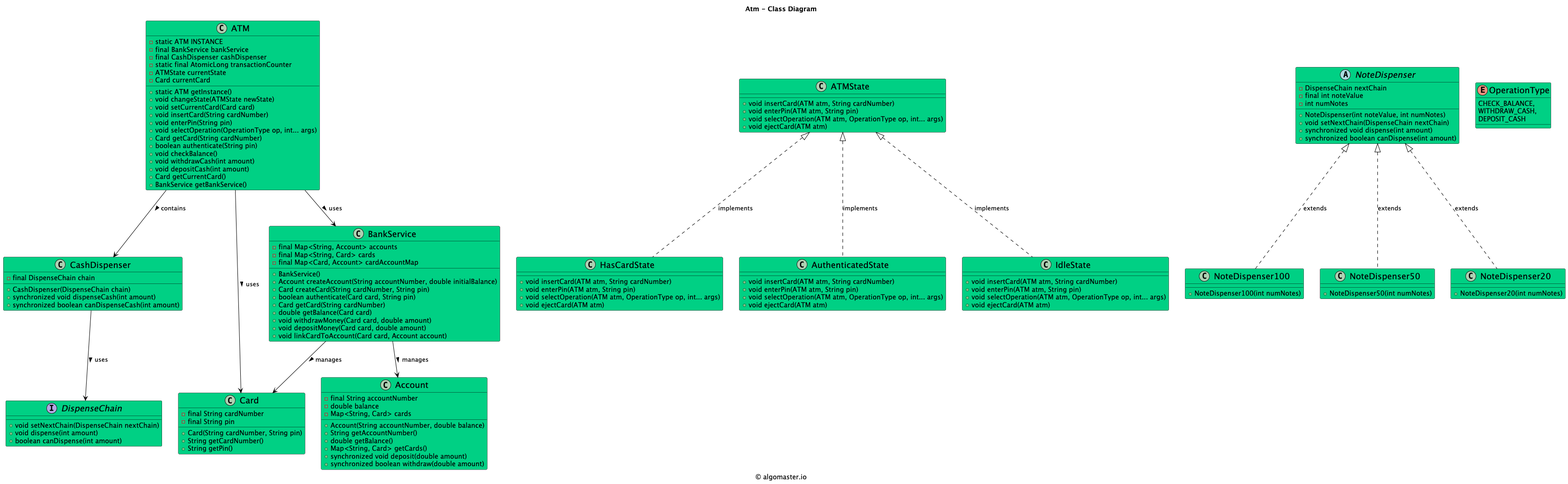
Earlier version of the PlantUML export uml-diagrams/class-diagrams/atm-class-diagram.png (K-1303/low-level-design).
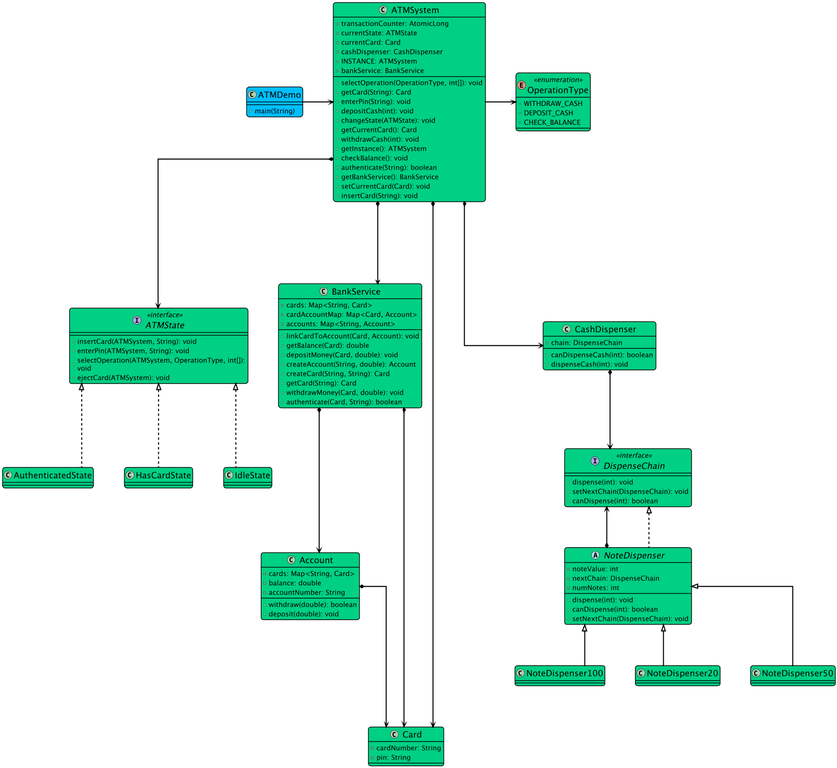
After the commit.

What changed in the source:
```diff
@@ -1,156 +1,132 @@
 @startuml
 
-title Atm - Class Diagram
-
-caption © algomaster.io
+top to bottom direction
+skinparam linetype ortho
 
 skinparam backgroundColor white
 skinparam wrapWidth 500
+skinparam roundCorner 15
+skinparam defaultFontSize 20
+skinparam defaultFontColor black
+skinparam ArrowColor black
+skinparam Padding 2
+skinparam dpi 70
+skinparam nodesep 90
+skinparam ranksep 120
 
 skinparam class {
-  BackgroundColor #00D084
+  BackgroundColor #00d084
   BorderColor black
   ArrowColor black
-  FontSize 18
+  FontSize 25
+  BorderThickness 2
+  ArrowThickness 3
 }
 
-class ATM {
-    - static ATM INSTANCE
-    - final BankService bankService
-    - final CashDispenser cashDispenser
-    - static final AtomicLong transactionCounter
-    - ATMState currentState
-    - Card currentCard
-    + static ATM getInstance()
-    + void changeState(ATMState newState)
-    + void setCurrentCard(Card card)
-    + void insertCard(String cardNumber)
-    + void enterPin(String pin)
-    + void selectOperation(OperationType op, int... args)
-    + Card getCard(String cardNumber)
-    + boolean authenticate(String pin)
-    + void checkBalance()
-    + void withdrawCash(int amount)
-    + void depositCash(int amount)
-    + Card getCurrentCard()
-    + BankService getBankService()
+class ATMSystem {
+  - transactionCounter: AtomicLong
+  - currentState: ATMState
+  - currentCard: Card
+  - cashDispenser: CashDispenser
+  - INSTANCE: ATMSystem
+  - bankService: BankService
+  + selectOperation(OperationType, int[]): void
+  + getCard(String): Card
+  + enterPin(String): void
+  + depositCash(int): void
+  + changeState(ATMState): void
+  + getCurrentCard(): Card
+  + withdrawCash(int): void
+  + getInstance(): ATMSystem
+  + checkBalance(): void
+  + authenticate(String): boolean
+  + getBankService(): BankService
+  + setCurrentCard(Card): void
+  + insertCard(String): void
+}
+interface ATMState << interface >> {
+  + insertCard(ATMSystem, String): void
+  + enterPin(ATMSystem, String): void
+  + selectOperation(ATMSystem, OperationType, int[]): void
+  + ejectCard(ATMSystem): void
+}
+class Account {
+  - cards: Map<String, Card>
+  - balance: double
+  - accountNumber: String
+  + withdraw(double): boolean
+  + deposit(double): void
+}
+class AuthenticatedState {
+}
+class BankService {
+  - cards: Map<String, Card>
+  - cardAccountMap: Map<Card, Account>
+  - accounts: Map<String, Account>
+  + linkCardToAccount(Card, Account): void
+  + getBalance(Card): double
+  + depositMoney(Card, double): void
+  + createAccount(String, double): Account
+  + createCard(String, String): Card
+  + getCard(String): Card
+  + withdrawMoney(Card, double): void
+  + authenticate(Card, String): boolean
+}
+class Card {
+  - cardNumber: String
+  - pin: String
+}
+class CashDispenser {
+  - chain: DispenseChain
+  + canDispenseCash(int): boolean
+  + dispenseCash(int): void
+}
+interface DispenseChain << interface >> {
+  + dispense(int): void
+  + setNextChain(DispenseChain): void
+  + canDispense(int): boolean
+}
+class HasCardState {
+}
+class IdleState {
+}
+abstract class NoteDispenser {
+  - noteValue: int
+  - nextChain: DispenseChain
+  - numNotes: int
+  + dispense(int): void
+  + canDispense(int): boolean
+  + setNextChain(DispenseChain): void
+}
+class NoteDispenser100
+class NoteDispenser20
+class NoteDispenser50
+enum OperationType << enumeration >> {
+  + WITHDRAW_CASH
+  + DEPOSIT_CASH
+  + CHECK_BALANCE
 }
 
-class Card {
-    - final String cardNumber
-    - final String pin
-    + Card(String cardNumber, String pin)
-    + String getCardNumber()
-    + String getPin()
+class ATMDemo #00bfff {
+    + main(String)
 }
 
-class CashDispenser {
-    - final DispenseChain chain
-    + CashDispenser(DispenseChain chain)
-    + synchronized void dispenseCash(int amount)
-    + synchronized boolean canDispenseCash(int amount)
-}
-
-class Account {
-    - final String accountNumber
-    - double balance
-    - Map<String, Card> cards
-    + Account(String accountNumber, double balance)
-    + String getAccountNumber()
-    + double getBalance()
-    + Map<String, Card> getCards()
-    + synchronized void deposit(double amount)
-    + synchronized boolean withdraw(double amount)
-}
-
-class BankService {
-    - final Map<String, Account> accounts
-    - final Map<String, Card> cards
-    - final Map<Card, Account> cardAccountMap
-    + BankService()
-    + Account createAccount(String accountNumber, double initialBalance)
-    + Card createCard(String cardNumber, String pin)
-    + boolean authenticate(Card card, String pin)
-    + Card getCard(String cardNumber)
-    + double getBalance(Card card)
-    + void withdrawMoney(Card card, double amount)
-    + void depositMoney(Card card, double amount)
-    + void linkCardToAccount(Card card, Account account)
-}
-
-class ATMState {
-    + void insertCard(ATM atm, String cardNumber)
-    + void enterPin(ATM atm, String pin)
-    + void selectOperation(ATM atm, OperationType op, int... args)
-    + void ejectCard(ATM atm)
-}
-
-class HasCardState {
-    + void insertCard(ATM atm, String cardNumber)
-    + void enterPin(ATM atm, String pin)
-    + void selectOperation(ATM atm, OperationType op, int... args)
-    + void ejectCard(ATM atm)
-}
-
-class AuthenticatedState {
-    + void insertCard(ATM atm, String cardNumber)
-    + void enterPin(ATM atm, String pin)
-    + void selectOperation(ATM atm, OperationType op, int... args)
-    + void ejectCard(ATM atm)
-}
-
-class IdleState {
-    + void insertCard(ATM atm, String cardNumber)
-    + void enterPin(ATM atm, String pin)
-    + void selectOperation(ATM atm, OperationType op, int... args)
-    + void ejectCard(ATM atm)
-}
-
-interface DispenseChain {
-    + void setNextChain(DispenseChain nextChain)
-    + void dispense(int amount)
-    + boolean canDispense(int amount)
-}
-
-abstract class NoteDispenser {
-    - DispenseChain nextChain
-    - final int noteValue
-    - int numNotes
-    + NoteDispenser(int noteValue, int numNotes)
-    + void setNextChain(DispenseChain nextChain)
-    + synchronized void dispense(int amount)
-    + synchronized boolean canDispense(int amount)
-}
-
-class NoteDispenser100 {
-    + NoteDispenser100(int numNotes)
-}
-
-class NoteDispenser50 {
-    + NoteDispenser50(int numNotes)
-}
-
-class NoteDispenser20 {
-    + NoteDispenser20(int numNotes)
-}
-
-enum OperationType {
-    CHECK_BALANCE,
-    WITHDRAW_CASH,
-    DEPOSIT_CASH
-}
-
-ATM --> BankService: uses >
-ATM --> CashDispenser: contains >
-ATM --> Card: uses >
-ATMState <|.. HasCardState: implements
-ATMState <|.. AuthenticatedState: implements
-ATMState <|.. IdleState: implements
-CashDispenser --> DispenseChain: uses >
-NoteDispenser <|.. NoteDispenser100: extends
-NoteDispenser <|.. NoteDispenser50: extends
-NoteDispenser <|.. NoteDispenser20: extends
-BankService --> Account: manages >
-BankService --> Card: manages >
-
+ATMSystem                *-[plain]--> ATMState
+ATMSystem                *-[plain]--> BankService
+ATMSystem                *-[plain]-> Card
+ATMSystem                *-[plain]--> CashDispenser
+ATMSystem                -[plain]right-> OperationType
+Account            *-[plain]--> Card
+ATMState           ^-[dashed]- AuthenticatedState
+BankService        *-[plain]--> Account
+BankService        *-[plain]-> Card
+CashDispenser      *-[plain]-> DispenseChain
+ATMState           ^-[dashed]- HasCardState
+ATMState           ^-[dashed]- IdleState
+DispenseChain      ^-[dashed]- NoteDispenser
+NoteDispenser      *-[plain]-> DispenseChain
+NoteDispenser      ^-[plain]- NoteDispenser100
+NoteDispenser      ^-[plain]- NoteDispenser20
+NoteDispenser      ^-[plain]- NoteDispenser50
+ATMDemo            -[plain]right-> ATMSystem
 @enduml
```
